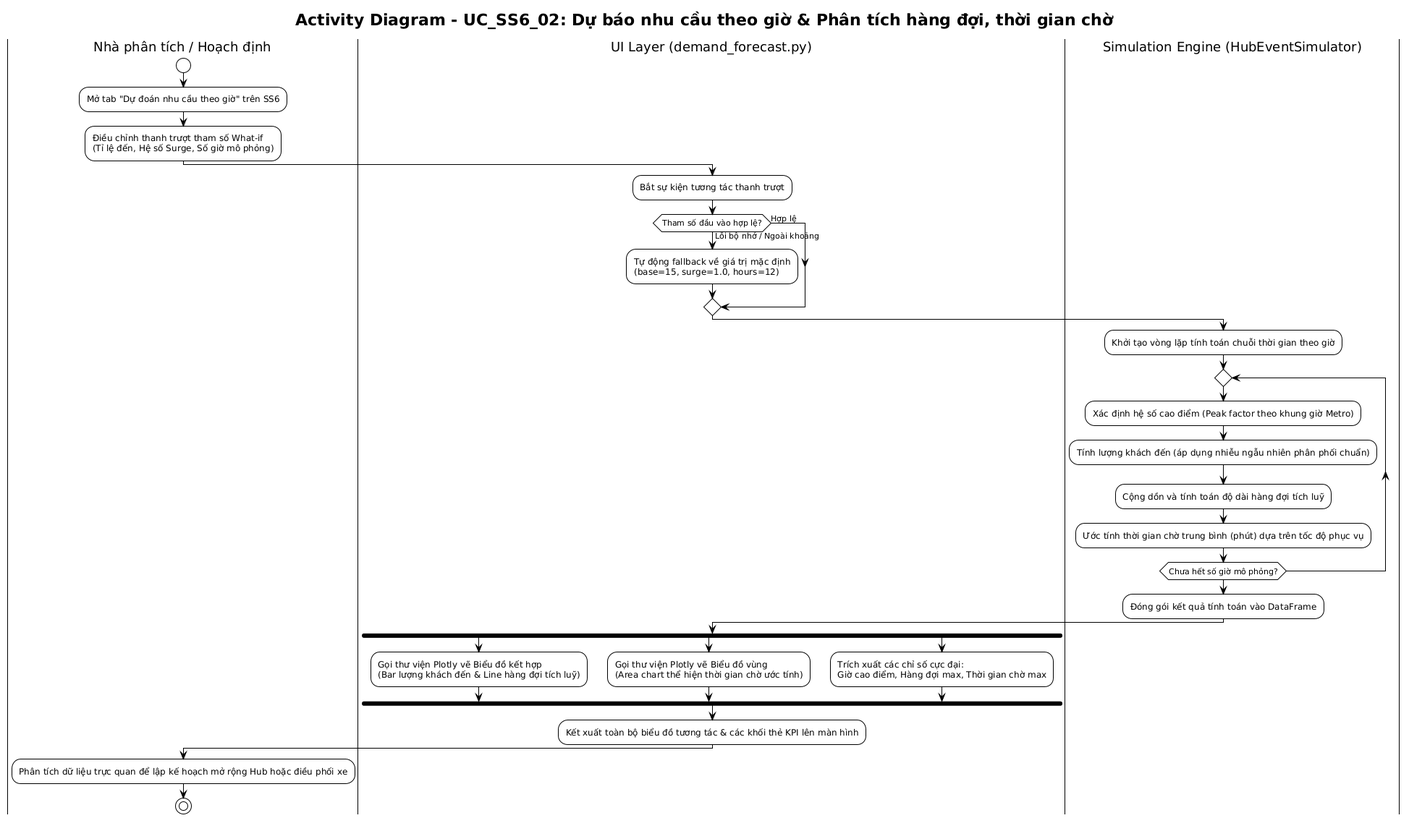
This is docs/diagrams/Use-case detail-scenario/SS6/Activity diagrams/UC_SS6_02_HoangVanTan_activity.png from Dat-nguyen195/BTL_1_CNPM, a PlantUML export, as it was before one commit.
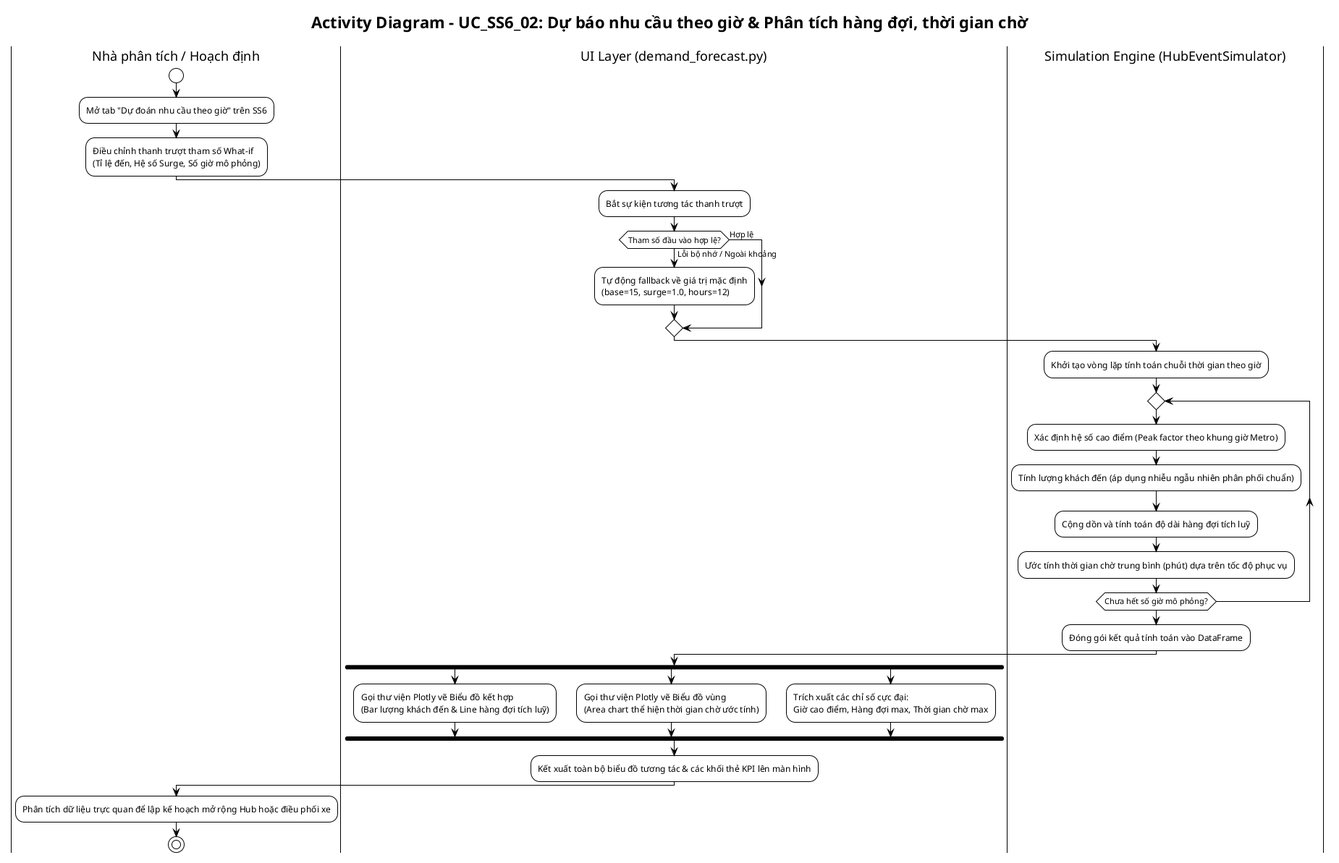
Later version of the same file.

What changed in the source:
```diff
@@ -1,4 +1,5 @@
-@startuml
+@startuml UC_SS6_02_HoangVanTan_activity
+!pragma layout smetana
 !theme plain
 skinparam activityMessageAlign center
 
@@ -42,4 +43,5 @@
 |Nhà phân tích / Hoạch định|
 :Phân tích dữ liệu trực quan để lập kế hoạch mở rộng Hub hoặc điều phối xe;
 stop
+
 @enduml
```
